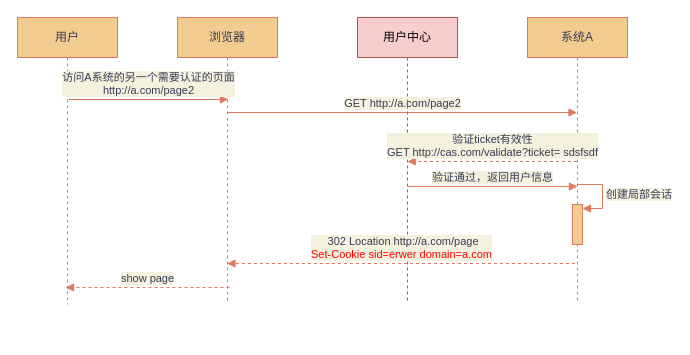
Earlier version of the draw.io diagram CAS用户登录流程3.drawio (liliang1213/diagram). Source tidied: cells renumbered, new cells numbered last; positions are measured from the earlier drawing's top-left corner, leaving out a move shared by most shapes. Both pictures are drawn from the tidied source at 100%, with x=0, y=0 at pixel (17, 17).
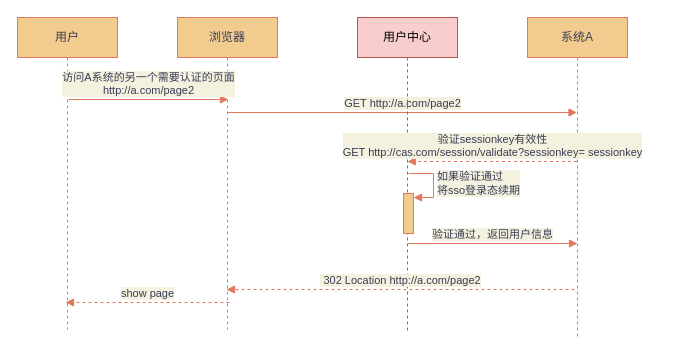
The same diagram, later.

Commit message:
更新CAS用户登录流程3.drawio

The edit, as a diff of the source:
```diff
@@
     <mxCell id="2" value="用户" style="shape=umlLifeline;perimeter=lifelinePerimeter;whiteSpace=wrap;html=1;fillColor=#F2CC8F;strokeColor=#E07A5F;fontColor=#393C56;" parent="1" vertex="1">
-      <mxGeometry width="100" height="287" as="geometry" />
+      <mxGeometry width="100" height="312" as="geometry" />
     </mxCell>
     <mxCell id="3" value="浏览器" style="shape=umlLifeline;perimeter=lifelinePerimeter;whiteSpace=wrap;html=1;fillColor=#F2CC8F;strokeColor=#E07A5F;fontColor=#393C56;" parent="1" vertex="1">
-      <mxGeometry x="160" width="100" height="284" as="geometry" />
+      <mxGeometry x="160" width="100" height="312" as="geometry" />
     </mxCell>
@@
     <mxCell id="5" value="用户中心" style="shape=umlLifeline;perimeter=lifelinePerimeter;whiteSpace=wrap;html=1;fillColor=#f8cecc;strokeColor=#b85450;" parent="1" vertex="1">
-      <mxGeometry x="340" width="100" height="285" as="geometry" />
+      <mxGeometry x="340" width="100" height="313" as="geometry" />
     </mxCell>
+    <mxCell id="14" value="如果验证通过&lt;br&gt;将sso登录态续期" style="edgeStyle=orthogonalEdgeStyle;html=1;align=left;spacingLeft=2;endArrow=block;rounded=0;entryX=1;entryY=0;strokeColor=#E07A5F;fontColor=#393C56;labelBackgroundColor=#F4F1DE;" parent="5" edge="1">
+      <mxGeometry relative="1" as="geometry">
+        <mxPoint x="51" y="156" as="sourcePoint" />
+        <mxPoint x="56" y="180" as="targetPoint" />
+        <Array as="points">
+          <mxPoint x="76" y="156" />
+        </Array>
+      </mxGeometry>
+    </mxCell>
+    <mxCell id="15" style="html=1;perimeter=orthogonalPerimeter;fillColor=#F2CC8F;strokeColor=#E07A5F;fontColor=#393C56;" parent="5" vertex="1">
+      <mxGeometry x="46" y="176" width="10" height="40" as="geometry" />
+    </mxCell>
     <mxCell id="6" value="系统A" style="shape=umlLifeline;perimeter=lifelinePerimeter;whiteSpace=wrap;html=1;fillColor=#F2CC8F;strokeColor=#E07A5F;fontColor=#393C56;" parent="1" vertex="1">
-      <mxGeometry x="510" width="100" height="286" as="geometry" />
+      <mxGeometry x="510" width="100" height="320" as="geometry" />
     </mxCell>
-    <mxCell id="7" value="创建局部会话" style="edgeStyle=orthogonalEdgeStyle;html=1;align=left;spacingLeft=2;endArrow=block;rounded=0;entryX=1;entryY=0;strokeColor=#E07A5F;fontColor=#393C56;labelBackgroundColor=#F4F1DE;" parent="6" edge="1">
-      <mxGeometry relative="1" as="geometry">
-        <mxPoint x="50" y="167" as="sourcePoint" />
-        <mxPoint x="55" y="191" as="targetPoint" />
-        <Array as="points">
-          <mxPoint x="75" y="167" />
-        </Array>
-      </mxGeometry>
-    </mxCell>
-    <mxCell id="8" style="html=1;perimeter=orthogonalPerimeter;fillColor=#F2CC8F;strokeColor=#E07A5F;fontColor=#393C56;" parent="6" vertex="1">
-      <mxGeometry x="45" y="187" width="10" height="40" as="geometry" />
-    </mxCell>
-    <mxCell id="9" value="验证ticket有效性&lt;br&gt;GET http://cas.com/validate?ticket=&amp;nbsp;sdsfsdf" style="html=1;verticalAlign=bottom;endArrow=block;strokeColor=#E07A5F;fontColor=#393C56;dashed=1;labelBackgroundColor=#F4F1DE;" parent="1" edge="1">
+    <mxCell id="9" value="验证sessionkey有效性&lt;br&gt;GET http://cas.com/session/validate?sessionkey=&amp;nbsp;sessionkey" style="html=1;verticalAlign=bottom;endArrow=block;strokeColor=#E07A5F;fontColor=#393C56;dashed=1;labelBackgroundColor=#F4F1DE;" parent="1" edge="1">
       <mxGeometry relative="1" as="geometry">
         <mxPoint x="559.5" y="144" as="sourcePoint" />
         <mxPoint x="390" y="144" as="targetPoint" />
       </mxGeometry>
     </mxCell>
     <mxCell id="10" value="验证通过，返回用户信息" style="html=1;verticalAlign=bottom;endArrow=block;strokeColor=#E07A5F;fontColor=#393C56;labelBackgroundColor=#F4F1DE;" parent="1" edge="1">
       <mxGeometry relative="1" as="geometry">
-        <mxPoint x="390" y="169" as="sourcePoint" />
-        <mxPoint x="560" y="169" as="targetPoint" />
+        <mxPoint x="390" y="226" as="sourcePoint" />
+        <mxPoint x="560" y="226" as="targetPoint" />
       </mxGeometry>
     </mxCell>
-    <mxCell id="11" value="&amp;nbsp;302 Location http://a.com/page&lt;br&gt;&lt;font color=&quot;#ff0000&quot;&gt;Set-Cookie sid=erwer domain=a.com&lt;/font&gt;" style="html=1;verticalAlign=bottom;endArrow=block;strokeColor=#E07A5F;fontColor=#393C56;dashed=1;labelBackgroundColor=#F4F1DE;" parent="1" edge="1">
+    <mxCell id="11" value="&amp;nbsp;302 Location http://a.com/page2" style="html=1;verticalAlign=bottom;endArrow=block;strokeColor=#E07A5F;fontColor=#393C56;dashed=1;labelBackgroundColor=#F4F1DE;" parent="1" edge="1">
       <mxGeometry relative="1" as="geometry">
-        <mxPoint x="557.5" y="246" as="sourcePoint" />
-        <mxPoint x="209.5" y="246" as="targetPoint" />
+        <mxPoint x="557" y="272" as="sourcePoint" />
+        <mxPoint x="209" y="272" as="targetPoint" />
       </mxGeometry>
     </mxCell>
     <mxCell id="12" value="show page" style="html=1;verticalAlign=bottom;endArrow=block;strokeColor=#E07A5F;fontColor=#393C56;dashed=1;labelBackgroundColor=#F4F1DE;" parent="1" edge="1">
       <mxGeometry relative="1" as="geometry">
-        <mxPoint x="212" y="270" as="sourcePoint" />
-        <mxPoint x="48" y="270" as="targetPoint" />
+        <mxPoint x="212" y="285" as="sourcePoint" />
+        <mxPoint x="48" y="285" as="targetPoint" />
       </mxGeometry>
     </mxCell>
```
